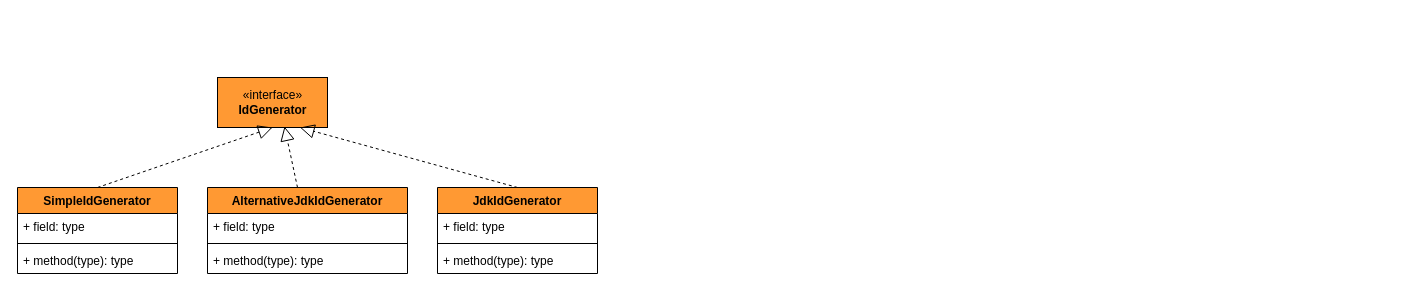
Before: page "Spring-Core" (5 of 8) of Spring-Framework.drawio in tadsimons/draw, a draw.io diagram. Source tidied: cells renumbered, new cells numbered last; positions are measured from the earlier drawing's top-left corner, leaving out a move shared by most shapes. Both pictures are drawn from the tidied source at 100%, with x=0, y=0 at pixel (17, 77).
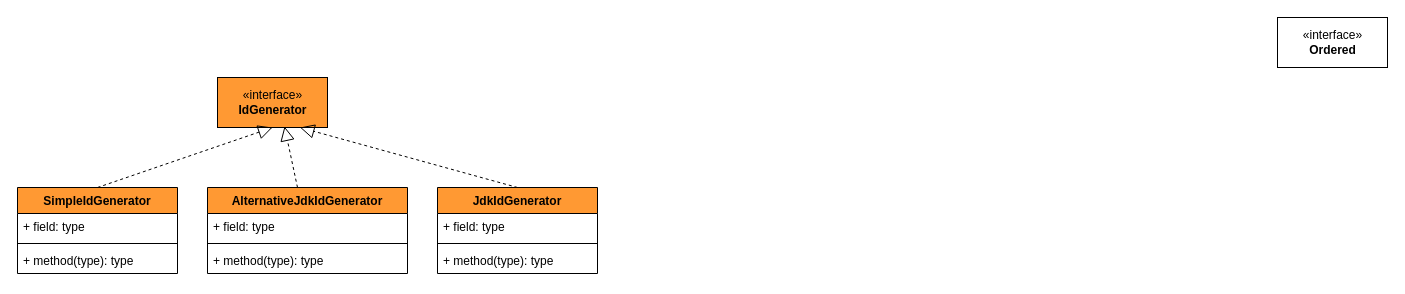
The same page after the edit.

Change to the diagram source:
```diff
@@
+    <mxCell id="18" value="«interface»&lt;br&gt;&lt;b&gt;Ordered&lt;/b&gt;" style="html=1;" parent="1" vertex="1">
+      <mxGeometry x="1260" y="-60" width="110" height="50" as="geometry" />
+    </mxCell>
```
